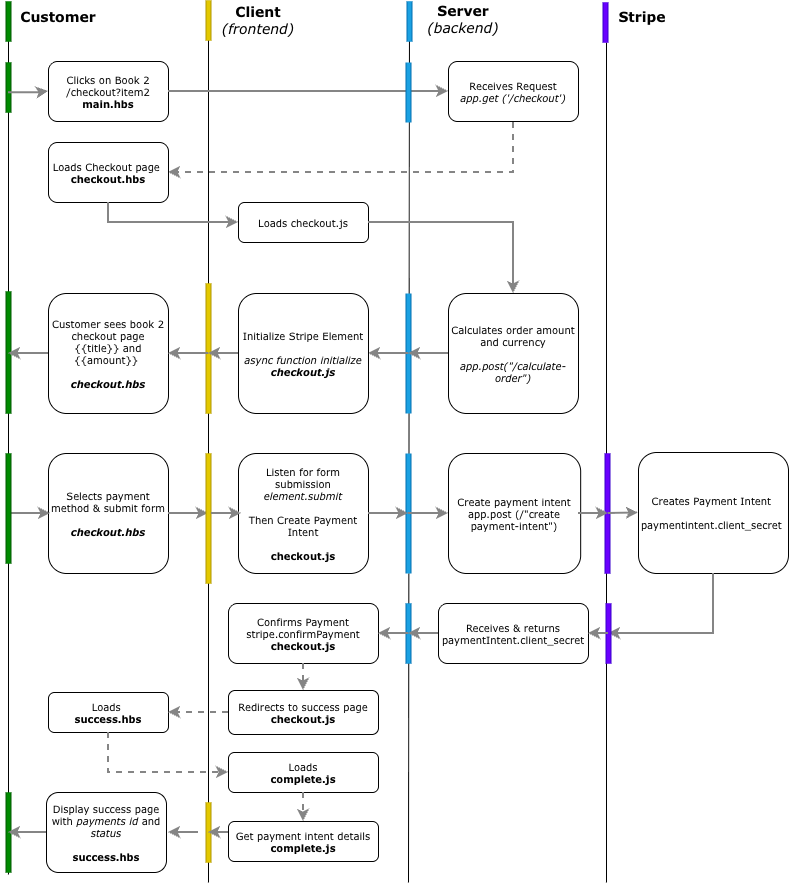
This is public/images/Stripe Journey.png from Mama-Joan/Stripe-Project, a draw.io export, as it was before one commit. Source tidied: cells renumbered, new cells last; positions are measured from the earlier drawing's top-left corner, leaving out a move shared by most shapes.
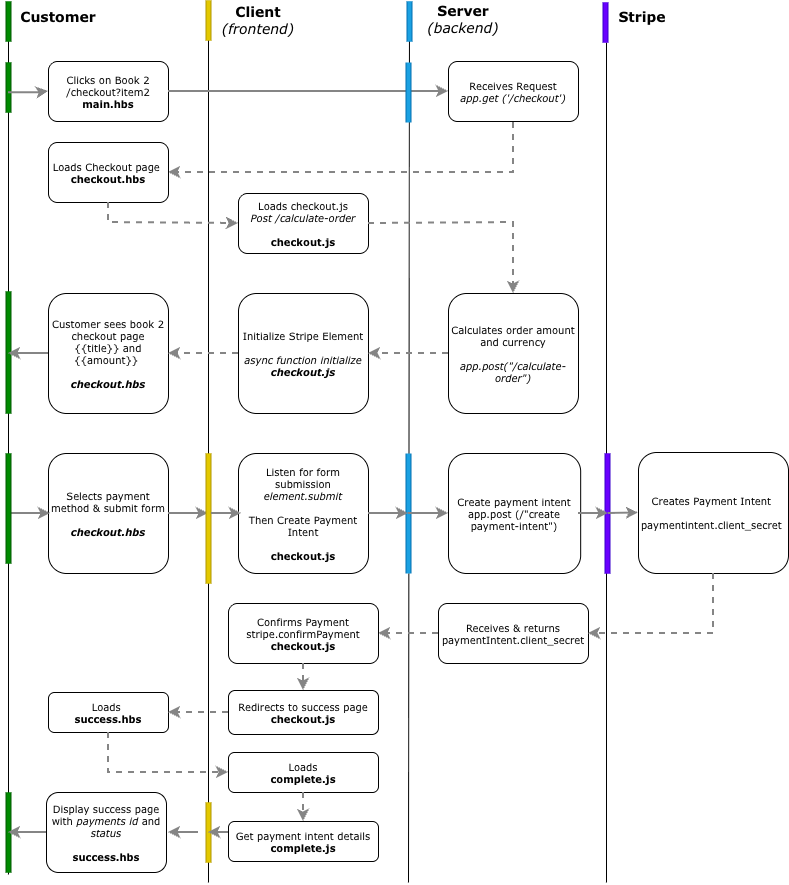
The same diagram one commit later.

The edit, as a diff of the source:
```diff
@@ -29,12 +29,6 @@
     <mxCell id="7" value="&lt;b&gt;&lt;font style=&quot;font-size: 14px;&quot; face=&quot;Verdana&quot;&gt;Client&lt;/font&gt;&lt;/b&gt;&lt;div&gt;&lt;font style=&quot;font-size: 14px;&quot; face=&quot;Verdana&quot;&gt;&lt;i&gt;(frontend)&lt;/i&gt;&lt;/font&gt;&lt;/div&gt;" style="text;html=1;whiteSpace=wrap;strokeColor=none;fillColor=none;align=center;verticalAlign=middle;rounded=0;fontSize=10;" parent="1" vertex="1">
       <mxGeometry x="210" y="5" width="80" height="30" as="geometry" />
     </mxCell>
-    <mxCell id="8" style="shape=pipe;html=1;rounded=0;fillColor=#e3c800;strokeColor=#B09500;endArrow=none;endFill=0;" parent="1" edge="1">
-      <mxGeometry relative="1" as="geometry">
-        <mxPoint x="200" y="413" as="sourcePoint" />
-        <mxPoint x="200" y="283" as="targetPoint" />
-      </mxGeometry>
-    </mxCell>
     <mxCell id="9" style="endArrow=none;html=1;rounded=0;" parent="1" edge="1">
       <mxGeometry relative="1" as="geometry">
         <mxPoint x="400" y="882" as="sourcePoint" />
@@ -77,12 +71,6 @@
     <mxCell id="17" value="&lt;div&gt;&lt;span style=&quot;background-color: transparent; color: light-dark(rgb(0, 0, 0), rgb(255, 255, 255));&quot;&gt;Selects payment method &amp;amp; submit form&lt;/span&gt;&lt;/div&gt;&lt;div&gt;&lt;span style=&quot;background-color: transparent; color: light-dark(rgb(0, 0, 0), rgb(255, 255, 255));&quot;&gt;&lt;br&gt;&lt;/span&gt;&lt;/div&gt;&lt;div&gt;&lt;i&gt;&lt;b&gt;checkout.hbs&lt;/b&gt;&lt;/i&gt;&lt;span style=&quot;background-color: transparent; color: light-dark(rgb(0, 0, 0), rgb(255, 255, 255));&quot;&gt;&lt;/span&gt;&lt;/div&gt;" style="rounded=1;whiteSpace=wrap;html=1;roundedPerimeter=1;fontFamily=Verdana;fontSize=10;" parent="1" vertex="1">
       <mxGeometry x="40" y="453" width="120" height="120" as="geometry" />
     </mxCell>
-    <mxCell id="18" style="shape=pipe;html=1;rounded=0;fillColor=#1ba1e2;strokeColor=#006EAF;endArrow=none;endFill=0;" parent="1" edge="1">
-      <mxGeometry relative="1" as="geometry">
-        <mxPoint x="400" y="663" as="sourcePoint" />
-        <mxPoint x="400" y="603" as="targetPoint" />
-      </mxGeometry>
-    </mxCell>
     <mxCell id="19" style="shape=pipe;html=1;rounded=0;fillColor=#e3c800;strokeColor=#B09500;endArrow=none;endFill=0;" parent="1" edge="1">
       <mxGeometry relative="1" as="geometry">
         <mxPoint x="200" y="40" as="sourcePoint" />
@@ -119,15 +107,6 @@
     <mxCell id="26" value="&lt;div&gt;&lt;span style=&quot;background-color: transparent; color: light-dark(rgb(0, 0, 0), rgb(255, 255, 255));&quot;&gt;Customer sees book 2 checkout page&lt;br&gt;&lt;/span&gt;&lt;span style=&quot;background-color: transparent; color: light-dark(rgb(0, 0, 0), rgb(255, 255, 255));&quot;&gt;{{title}} and {{amount}}&amp;nbsp;&lt;/span&gt;&lt;/div&gt;&lt;div&gt;&lt;span style=&quot;background-color: transparent; color: light-dark(rgb(0, 0, 0), rgb(255, 255, 255));&quot;&gt;&lt;br&gt;&lt;/span&gt;&lt;/div&gt;&lt;div&gt;&lt;span style=&quot;background-color: transparent; color: light-dark(rgb(0, 0, 0), rgb(255, 255, 255));&quot;&gt;&lt;i&gt;&lt;b&gt;checkout.hbs&lt;/b&gt;&lt;/i&gt;&lt;/span&gt;&lt;/div&gt;" style="rounded=1;whiteSpace=wrap;html=1;roundedPerimeter=1;fontFamily=Verdana;fontSize=10;" parent="1" vertex="1">
       <mxGeometry x="40" y="293" width="120" height="120" as="geometry" />
     </mxCell>
-    <mxCell id="27" style="shape=pipe;html=1;rounded=0;fillColor=#1ba1e2;strokeColor=#006EAF;endArrow=none;endFill=0;" parent="1" edge="1">
-      <mxGeometry x="0.85" relative="1" as="geometry">
-        <mxPoint x="400" y="333" as="sourcePoint" />
-        <mxPoint x="400" y="293" as="targetPoint" />
-        <Array as="points">
-          <mxPoint x="400" y="413" />
-        </Array>
-      </mxGeometry>
-    </mxCell>
     <mxCell id="28" style="shape=pipe;html=1;rounded=0;fillColor=#008a00;strokeColor=#005700;endArrow=none;endFill=0;" parent="1" edge="1">
       <mxGeometry relative="1" as="geometry">
         <mxPoint y="112" as="sourcePoint" />
@@ -142,12 +121,6 @@
         </Array>
       </mxGeometry>
     </mxCell>
-    <mxCell id="30" style="endArrow=classic;html=1;rounded=0;strokeColor=#858585;strokeWidth=2;" parent="1" edge="1">
-      <mxGeometry x="0.05" relative="1" as="geometry">
-        <mxPoint x="400" y="353" as="sourcePoint" />
-        <mxPoint x="360" y="353" as="targetPoint" />
-      </mxGeometry>
-    </mxCell>
     <mxCell id="31" value="&lt;div&gt;Creates Payment Intent&amp;nbsp;&lt;/div&gt;&lt;div&gt;&lt;br&gt;&lt;/div&gt;&lt;div&gt;paymentintent.client_secret&amp;nbsp;&lt;/div&gt;" style="rounded=1;whiteSpace=wrap;html=1;roundedPerimeter=1;fontFamily=Verdana;fontSize=10;" parent="1" vertex="1">
       <mxGeometry x="630" y="452" width="150" height="121" as="geometry" />
     </mxCell>
@@ -166,17 +139,11 @@
     <mxCell id="35" value="&lt;div&gt;Initialize Stripe Element&lt;/div&gt;&lt;div&gt;&lt;i&gt;&lt;br&gt;&lt;/i&gt;&lt;/div&gt;&lt;div&gt;&lt;i&gt;async function initialize&lt;/i&gt;&lt;/div&gt;&lt;div&gt;&lt;i&gt;&lt;b&gt;checkout.js&lt;/b&gt;&lt;/i&gt;&lt;/div&gt;" style="rounded=1;whiteSpace=wrap;html=1;roundedPerimeter=1;fontFamily=Verdana;fontSize=10;" parent="1" vertex="1">
       <mxGeometry x="230" y="293" width="130" height="120" as="geometry" />
     </mxCell>
-    <mxCell id="36" style="endArrow=classic;html=1;rounded=0;strokeColor=#858585;strokeWidth=2;" parent="1" edge="1">
-      <mxGeometry x="0.05" relative="1" as="geometry">
+    <mxCell id="36" style="endArrow=classic;html=1;rounded=0;strokeColor=#858585;strokeWidth=2;dashed=1;entryX=1;entryY=0.5;entryDx=0;entryDy=0;" parent="1" edge="1" target="35">
+      <mxGeometry x="-0.47" relative="1" as="geometry">
         <mxPoint x="440" y="353" as="sourcePoint" />
-        <mxPoint x="400" y="353" as="targetPoint" />
       </mxGeometry>
     </mxCell>
-    <mxCell id="37" style="endArrow=classic;html=1;rounded=0;strokeColor=#858585;strokeWidth=2;entryX=1;entryY=0.5;entryDx=0;entryDy=0;" parent="1" edge="1" target="26">
-      <mxGeometry x="0.4" relative="1" as="geometry">
-        <mxPoint x="200" y="353" as="sourcePoint" />
-      </mxGeometry>
-    </mxCell>
     <mxCell id="38" style="endArrow=classic;html=1;rounded=0;strokeColor=#858585;strokeWidth=2;" parent="1" edge="1">
       <mxGeometry x="0.05" relative="1" as="geometry">
         <mxPoint x="40" y="353" as="sourcePoint" />
@@ -238,40 +205,21 @@
         <mxPoint x="600" y="513" as="sourcePoint" />
       </mxGeometry>
     </mxCell>
-    <mxCell id="48" style="endArrow=classic;html=1;rounded=0;strokeColor=#858585;strokeWidth=2;exitX=0.5;exitY=1;exitDx=0;exitDy=0;" parent="1" edge="1" source="31">
-      <mxGeometry x="0.02" relative="1" as="geometry">
-        <mxPoint x="600" y="633" as="targetPoint" />
+    <mxCell id="48" style="endArrow=classic;html=1;rounded=0;strokeColor=#858585;strokeWidth=2;exitX=0.5;exitY=1;exitDx=0;exitDy=0;entryX=1;entryY=0.5;entryDx=0;entryDy=0;dashed=1;" parent="1" edge="1" source="31" target="16">
+      <mxGeometry x="-0.09" relative="1" as="geometry">
         <Array as="points">
           <mxPoint x="705" y="633" />
         </Array>
       </mxGeometry>
     </mxCell>
-    <mxCell id="49" style="shape=pipe;html=1;rounded=0;fillColor=#6a00ff;strokeColor=#3700CC;endArrow=none;endFill=0;" parent="1" edge="1">
-      <mxGeometry relative="1" as="geometry">
-        <mxPoint x="600" y="663" as="sourcePoint" />
-        <mxPoint x="600" y="603" as="targetPoint" />
-      </mxGeometry>
-    </mxCell>
-    <mxCell id="50" style="endArrow=classic;html=1;rounded=0;strokeColor=#858585;strokeWidth=2;entryX=1;entryY=0.5;entryDx=0;entryDy=0;" parent="1" edge="1" target="16">
-      <mxGeometry x="1" relative="1" as="geometry">
-        <mxPoint x="600" y="633" as="sourcePoint" />
-      </mxGeometry>
-    </mxCell>
-    <mxCell id="51" style="endArrow=classic;html=1;rounded=0;strokeColor=#858585;strokeWidth=2;" parent="1" edge="1">
-      <mxGeometry x="0.4" relative="1" as="geometry">
+    <mxCell id="51" style="endArrow=classic;html=1;rounded=0;strokeColor=#858585;strokeWidth=2;entryX=1;entryY=0.5;entryDx=0;entryDy=0;dashed=1;" parent="1" edge="1" target="52">
+      <mxGeometry x="-0.3" relative="1" as="geometry">
         <mxPoint x="430" y="633" as="sourcePoint" />
-        <mxPoint x="400" y="633" as="targetPoint" />
       </mxGeometry>
     </mxCell>
     <mxCell id="52" value="&lt;div&gt;Confirms Payment&lt;/div&gt;&lt;div&gt;stripe.confirmPayment&lt;/div&gt;&lt;div&gt;&lt;b&gt;checkout.js&lt;/b&gt;&lt;/div&gt;" style="rounded=1;whiteSpace=wrap;html=1;roundedPerimeter=1;fontFamily=Verdana;fontSize=10;" parent="1" vertex="1">
       <mxGeometry x="220" y="603" width="150" height="60" as="geometry" />
     </mxCell>
-    <mxCell id="53" style="endArrow=classic;html=1;rounded=0;strokeColor=#858585;strokeWidth=2;" parent="1" edge="1">
-      <mxGeometry x="0.4" relative="1" as="geometry">
-        <mxPoint x="400" y="633" as="sourcePoint" />
-        <mxPoint x="370" y="633" as="targetPoint" />
-      </mxGeometry>
-    </mxCell>
     <mxCell id="54" value="&lt;div&gt;Loads&lt;/div&gt;&lt;div&gt;&lt;b&gt;complete.js&lt;/b&gt;&lt;/div&gt;" style="rounded=1;whiteSpace=wrap;html=1;roundedPerimeter=1;fontFamily=Verdana;fontSize=10;" parent="1" vertex="1">
       <mxGeometry x="220" y="752" width="150" height="40" as="geometry" />
     </mxCell>
@@ -281,12 +229,6 @@
         <mxPoint x="200" y="802" as="targetPoint" />
       </mxGeometry>
     </mxCell>
-    <mxCell id="56" style="endArrow=classic;html=1;rounded=0;strokeColor=#858585;strokeWidth=2;" parent="1" edge="1">
-      <mxGeometry x="0.87" relative="1" as="geometry">
-        <mxPoint x="230" y="353" as="sourcePoint" />
-        <mxPoint x="200" y="353" as="targetPoint" />
-      </mxGeometry>
-    </mxCell>
     <mxCell id="57" style="endArrow=classic;html=1;rounded=0;strokeColor=#858585;strokeWidth=2;" parent="1" edge="1">
       <mxGeometry x="0.87" relative="1" as="geometry">
         <mxPoint x="230" y="832" as="sourcePoint" />
@@ -310,8 +252,8 @@
         <mxPoint y="832" as="targetPoint" />
       </mxGeometry>
     </mxCell>
-    <mxCell id="61" value="&lt;div&gt;&lt;span style=&quot;background-color: transparent; color: light-dark(rgb(0, 0, 0), rgb(255, 255, 255));&quot;&gt;Loads checkout.js&lt;/span&gt;&lt;/div&gt;" style="rounded=1;whiteSpace=wrap;html=1;roundedPerimeter=1;fontFamily=Verdana;fontSize=10;" parent="1" vertex="1">
-      <mxGeometry x="230" y="202" width="130" height="40" as="geometry" />
+    <mxCell id="61" value="&lt;div&gt;&lt;span style=&quot;background-color: transparent; color: light-dark(rgb(0, 0, 0), rgb(255, 255, 255));&quot;&gt;Loads checkout.js&lt;/span&gt;&lt;/div&gt;&lt;div&gt;&lt;span style=&quot;background-color: transparent; color: light-dark(rgb(0, 0, 0), rgb(255, 255, 255));&quot;&gt;&lt;i&gt;Post /calculate-order&lt;/i&gt;&lt;/span&gt;&lt;/div&gt;&lt;div&gt;&lt;span style=&quot;background-color: transparent; color: light-dark(rgb(0, 0, 0), rgb(255, 255, 255));&quot;&gt;&lt;br&gt;&lt;/span&gt;&lt;/div&gt;&lt;div&gt;&lt;span style=&quot;background-color: transparent; color: light-dark(rgb(0, 0, 0), rgb(255, 255, 255));&quot;&gt;&lt;b&gt;checkout.js&lt;/b&gt;&lt;/span&gt;&lt;/div&gt;" style="rounded=1;whiteSpace=wrap;html=1;roundedPerimeter=1;fontFamily=Verdana;fontSize=10;" parent="1" vertex="1">
+      <mxGeometry x="230" y="193" width="130" height="60" as="geometry" />
     </mxCell>
     <mxCell id="62" style="endArrow=classic;html=1;rounded=0;strokeColor=#858585;strokeWidth=2;entryX=1;entryY=0.5;entryDx=0;entryDy=0;dashed=1;" parent="1" edge="1" target="63">
       <mxGeometry x="0.29" relative="1" as="geometry">
@@ -324,14 +266,14 @@
     <mxCell id="63" value="Loads Checkout page&amp;nbsp;&lt;div&gt;&lt;b&gt;checkout.hbs&lt;/b&gt;&lt;/div&gt;" style="rounded=1;whiteSpace=wrap;html=1;roundedPerimeter=1;fontFamily=Verdana;fontSize=10;" parent="1" vertex="1">
       <mxGeometry x="40" y="142" width="120" height="60" as="geometry" />
     </mxCell>
-    <mxCell id="64" style="endArrow=classic;html=1;rounded=0;strokeColor=#858585;strokeWidth=2;exitX=0.5;exitY=1;exitDx=0;exitDy=0;entryX=0;entryY=0.5;entryDx=0;entryDy=0;" parent="1" edge="1" source="63" target="61">
+    <mxCell id="64" style="endArrow=classic;html=1;rounded=0;strokeColor=#858585;strokeWidth=2;exitX=0.5;exitY=1;exitDx=0;exitDy=0;entryX=0;entryY=0.5;entryDx=0;entryDy=0;dashed=1;" parent="1" edge="1" source="63" target="61">
       <mxGeometry relative="1" as="geometry">
         <Array as="points">
           <mxPoint x="100" y="222" />
         </Array>
       </mxGeometry>
     </mxCell>
-    <mxCell id="65" style="endArrow=classic;html=1;rounded=0;strokeColor=#858585;strokeWidth=2;exitX=1;exitY=0.5;exitDx=0;exitDy=0;entryX=0.5;entryY=0;entryDx=0;entryDy=0;" parent="1" edge="1" source="61" target="25">
+    <mxCell id="65" style="endArrow=classic;html=1;rounded=0;strokeColor=#858585;strokeWidth=2;exitX=1;exitY=0.5;exitDx=0;exitDy=0;entryX=0.5;entryY=0;entryDx=0;entryDy=0;dashed=1;" parent="1" edge="1" source="61" target="25">
       <mxGeometry x="0.41" relative="1" as="geometry">
         <Array as="points">
           <mxPoint x="505" y="222" />
@@ -363,5 +305,8 @@
     <mxCell id="72" style="endArrow=classic;html=1;rounded=0;strokeColor=#858585;strokeWidth=2;exitX=0.5;exitY=1;exitDx=0;exitDy=0;entryX=0.5;entryY=0;entryDx=0;entryDy=0;dashed=1;" parent="1" edge="1" source="54" target="71">
       <mxGeometry relative="1" as="geometry" />
     </mxCell>
+    <mxCell id="73" style="endArrow=classic;html=1;rounded=0;strokeColor=#858585;strokeWidth=2;dashed=1;entryX=1;entryY=0.5;entryDx=0;entryDy=0;" parent="1" edge="1" source="35" target="26">
+      <mxGeometry x="-0.4" relative="1" as="geometry" />
+    </mxCell>
   </root>
 </mxGraphModel>
```
